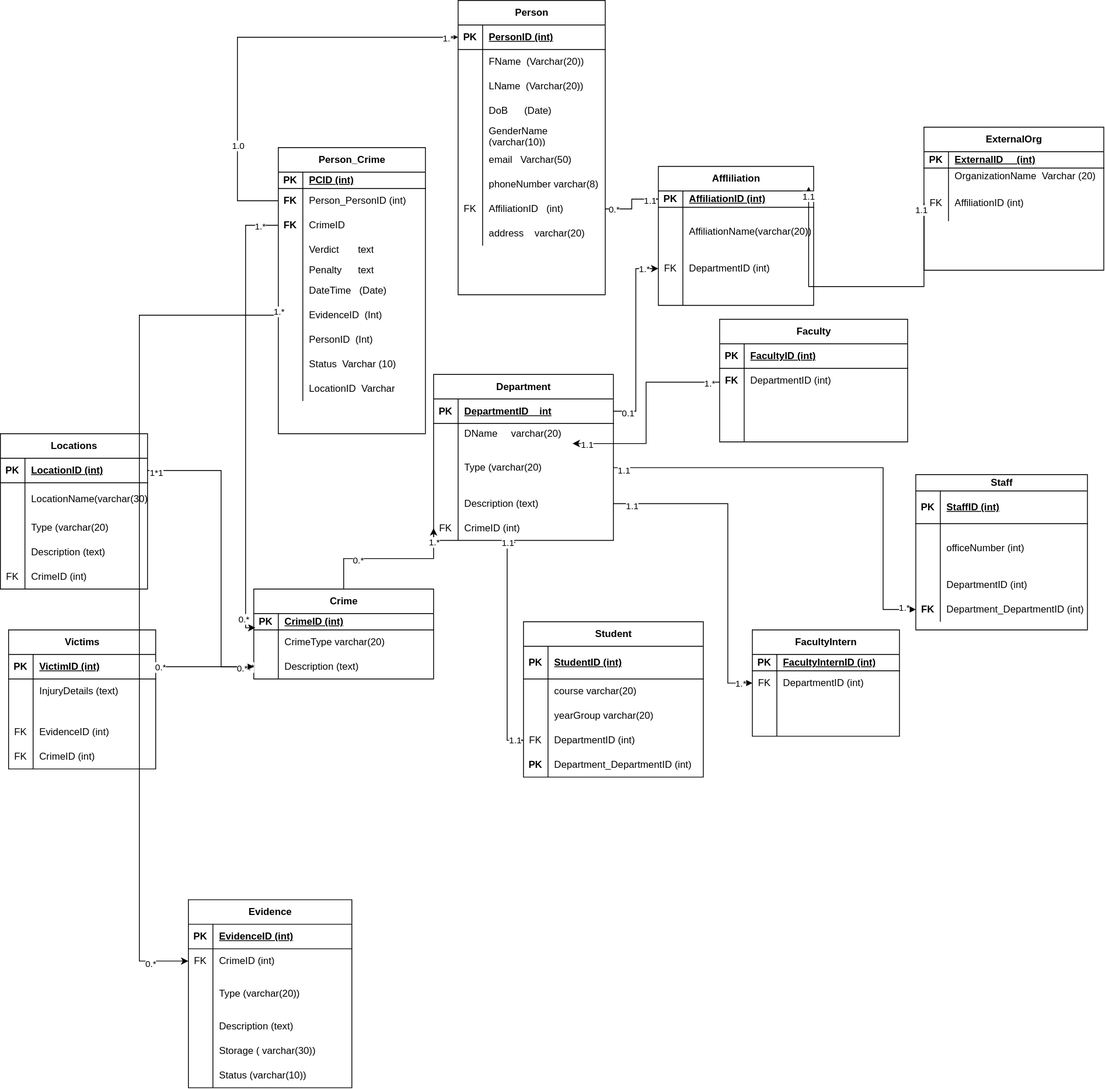
The draw.io diagram Untitled Diagram.drawio.svg in Priscile2/Diagrams, before a commit. Source tidied: cells renumbered, new cells last; positions are measured from the earlier drawing's top-left corner, leaving out a move shared by most shapes.
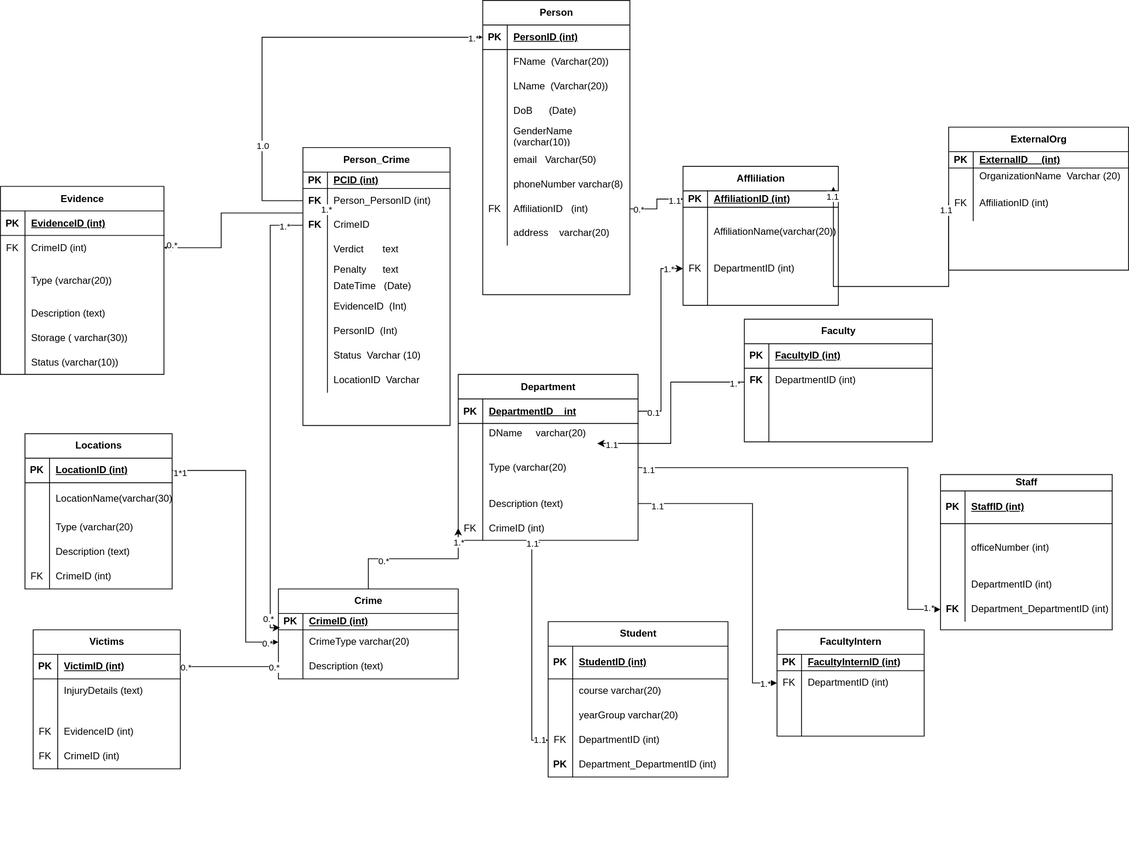
Later version of the same file.

Change to the diagram source:
```diff
@@ -174,7 +174,7 @@
       <mxGeometry x="30" width="190" height="30" as="geometry" />
     </mxCell>
     <mxCell id="59" value="Evidence" style="shape=table;startSize=30;rowLines=0;fontStyle=1;align=center;html=1;" parent="1" vertex="1">
-      <mxGeometry x="230" y="1100" width="200" height="230" as="geometry" />
+      <mxGeometry x="-30" y="227.5" width="200" height="230" as="geometry" />
     </mxCell>
     <mxCell id="60" style="shape=tableRow;horizontal=0;startSize=0;swimlaneHead=0;swimlaneBody=0;fillColor=none;top=0;left=0;right=0;bottom=1;" parent="59" vertex="1">
       <mxGeometry y="30" width="200" height="30" as="geometry" />
@@ -231,7 +231,7 @@
       <mxGeometry x="30" width="170" height="30" as="geometry" />
     </mxCell>
     <mxCell id="78" value="Person_Crime" style="shape=table;startSize=30;rowLines=0;fontStyle=1;align=center;html=1;" parent="1" vertex="1">
-      <mxGeometry x="340" y="180" width="180" height="350" as="geometry" />
+      <mxGeometry x="340" y="180" width="180" height="340" as="geometry" />
     </mxCell>
     <mxCell id="79" style="shape=tableRow;horizontal=0;startSize=0;swimlaneHead=0;swimlaneBody=0;fillColor=none;top=0;left=0;right=0;bottom=1;" parent="78" vertex="1">
       <mxGeometry y="30" width="180" height="20" as="geometry" />
@@ -279,16 +279,16 @@
       <mxGeometry x="30" width="150" height="20" as="geometry" />
     </mxCell>
     <mxCell id="94" style="shape=tableRow;horizontal=0;startSize=0;swimlaneHead=0;swimlaneBody=0;fillColor=none;top=0;left=0;right=0;bottom=0;" parent="78" vertex="1">
-      <mxGeometry y="160" width="180" height="30" as="geometry" />
+      <mxGeometry y="160" width="180" height="20" as="geometry" />
     </mxCell>
     <mxCell id="95" style="shape=partialRectangle;fillColor=none;top=0;left=0;bottom=0;right=0;overflow=hidden;whiteSpace=wrap;html=1;" parent="94" vertex="1">
-      <mxGeometry width="30" height="30" as="geometry" />
+      <mxGeometry width="30" height="20" as="geometry" />
     </mxCell>
     <mxCell id="96" value="DateTime&amp;nbsp;&amp;nbsp; (Date)" style="shape=partialRectangle;fillColor=none;top=0;left=0;bottom=0;right=0;align=left;spacingLeft=6;overflow=hidden;whiteSpace=wrap;html=1;" parent="94" vertex="1">
-      <mxGeometry x="30" width="150" height="30" as="geometry" />
+      <mxGeometry x="30" width="150" height="20" as="geometry" />
     </mxCell>
     <mxCell id="97" style="shape=tableRow;horizontal=0;startSize=0;swimlaneHead=0;swimlaneBody=0;fillColor=none;points=[[0,0.5],[1,0.5]];portConstraint=eastwest;top=0;left=0;right=0;bottom=0;" parent="78" vertex="1">
-      <mxGeometry y="190" width="180" height="30" as="geometry" />
+      <mxGeometry y="180" width="180" height="30" as="geometry" />
     </mxCell>
     <mxCell id="98" style="shape=partialRectangle;fillColor=none;top=0;left=0;bottom=0;right=0;overflow=hidden;whiteSpace=wrap;html=1;" parent="97" vertex="1">
       <mxGeometry width="30" height="30" as="geometry" />
@@ -297,7 +297,7 @@
       <mxGeometry x="30" width="150" height="30" as="geometry" />
     </mxCell>
     <mxCell id="100" style="shape=tableRow;horizontal=0;startSize=0;swimlaneHead=0;swimlaneBody=0;fillColor=none;top=0;left=0;right=0;bottom=0;" parent="78" vertex="1">
-      <mxGeometry y="220" width="180" height="30" as="geometry" />
+      <mxGeometry y="210" width="180" height="30" as="geometry" />
     </mxCell>
     <mxCell id="101" style="shape=partialRectangle;fillColor=none;top=0;left=0;bottom=0;right=0;overflow=hidden;whiteSpace=wrap;html=1;" parent="100" vertex="1">
       <mxGeometry width="30" height="30" as="geometry" />
@@ -306,7 +306,7 @@
       <mxGeometry x="30" width="150" height="30" as="geometry" />
     </mxCell>
     <mxCell id="103" style="shape=tableRow;horizontal=0;startSize=0;swimlaneHead=0;swimlaneBody=0;fillColor=none;top=0;left=0;right=0;bottom=0;" parent="78" vertex="1">
-      <mxGeometry y="250" width="180" height="30" as="geometry" />
+      <mxGeometry y="240" width="180" height="30" as="geometry" />
     </mxCell>
     <mxCell id="104" style="shape=partialRectangle;fillColor=none;top=0;left=0;bottom=0;right=0;overflow=hidden;whiteSpace=wrap;html=1;" parent="103" vertex="1">
       <mxGeometry width="30" height="30" as="geometry" />
@@ -315,7 +315,7 @@
       <mxGeometry x="30" width="150" height="30" as="geometry" />
     </mxCell>
     <mxCell id="106" style="shape=tableRow;horizontal=0;startSize=0;swimlaneHead=0;swimlaneBody=0;fillColor=none;top=0;left=0;right=0;bottom=0;" parent="78" vertex="1">
-      <mxGeometry y="280" width="180" height="30" as="geometry" />
+      <mxGeometry y="270" width="180" height="30" as="geometry" />
     </mxCell>
     <mxCell id="107" style="shape=partialRectangle;fillColor=none;top=0;left=0;bottom=0;right=0;overflow=hidden;whiteSpace=wrap;html=1;" parent="106" vertex="1">
       <mxGeometry width="30" height="30" as="geometry" />
@@ -776,10 +776,10 @@
         <mxPoint x="1" as="offset" />
       </mxGeometry>
     </mxCell>
-    <mxCell id="246" style="edgeStyle=elbowEdgeStyle;rounded=0;jettySize=auto;html=1;entryX=0;entryY=0.5;entryDx=0;entryDy=0;" parent="1" edge="1" source="97" target="63">
+    <mxCell id="246" style="edgeStyle=elbowEdgeStyle;rounded=0;jettySize=auto;html=1;entryX=1;entryY=0.5;entryDx=0;entryDy=0;" parent="1" edge="1" source="82" target="63">
       <mxGeometry relative="1" as="geometry">
         <Array as="points">
-          <mxPoint x="170" y="1100" />
+          <mxPoint x="240" y="260" />
         </Array>
       </mxGeometry>
     </mxCell>
@@ -791,8 +791,12 @@
     <mxCell id="248" value="0.*" style="edgeLabel;html=1;align=center;verticalAlign=middle;" parent="246" vertex="1">
       <mxGeometry x="0.91" y="-3" relative="1" as="geometry" />
     </mxCell>
-    <mxCell id="249" style="edgeStyle=elbowEdgeStyle;rounded=0;jettySize=auto;html=1;exitX=0;exitY=0.5;exitDx=0;exitDy=0;entryX=1;entryY=0.5;entryDx=0;entryDy=0;" parent="1" edge="1" source="171" target="175">
-      <mxGeometry relative="1" as="geometry" />
+    <mxCell id="249" style="edgeStyle=elbowEdgeStyle;rounded=0;jettySize=auto;html=1;entryX=1;entryY=0.5;entryDx=0;entryDy=0;exitX=0;exitY=0.5;exitDx=0;exitDy=0;" parent="1" edge="1" source="171" target="175">
+      <mxGeometry relative="1" as="geometry">
+        <Array as="points">
+          <mxPoint x="270" y="830" />
+        </Array>
+      </mxGeometry>
     </mxCell>
     <mxCell id="250" value="0.*" style="edgeLabel;html=1;align=center;verticalAlign=middle;" parent="249" vertex="1">
       <mxGeometry x="-0.89" relative="1" as="geometry" />
@@ -800,9 +804,8 @@
     <mxCell id="251" value="0.*" style="edgeLabel;html=1;align=center;verticalAlign=middle;" parent="249" vertex="1">
       <mxGeometry x="0.91" relative="1" as="geometry" />
     </mxCell>
-    <mxCell id="252" style="edgeStyle=elbowEdgeStyle;rounded=0;jettySize=auto;html=1;exitX=1;exitY=0.5;exitDx=0;exitDy=0;entryX=0;entryY=0.5;entryDx=0;entryDy=0;" parent="1" edge="1" source="204">
+    <mxCell id="252" style="edgeStyle=elbowEdgeStyle;rounded=0;jettySize=auto;html=1;exitX=1;exitY=0.5;exitDx=0;exitDy=0;entryX=0;entryY=0.5;entryDx=0;entryDy=0;" parent="1" edge="1" source="204" target="168">
       <mxGeometry relative="1" as="geometry">
-        <mxPoint x="310" y="815" as="targetPoint" />
         <Array as="points">
           <mxPoint x="270" y="710" />
         </Array>
```
